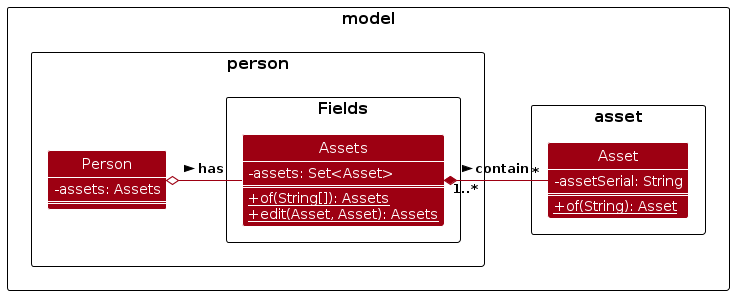
Above: diagrams/AssetClassDiagram.png in AY2324S2-CS2103T-W12-3/tp (PlantUML), before the change. Its source is kept beside it as diagrams/AssetClassDiagram.puml. Source of this version:
```plantuml
@startuml
!include style.puml
skinparam arrowThickness 1.1
skinparam arrowColor MODEL_COLOR
skinparam classBackgroundColor MODEL_COLOR
skinparam DefaultTextAlignment left
skinparam classAttributeFontColor white
skinparam classAttributeIconSize 0

show members

package model {

package asset {

class Asset {
    -assetSerial: String
    ==
    +{static} of(String): Asset
}

}

package person {

class Person {
    -assets: Assets
    ==
}

package Fields {

class Assets {
    -assets: Set<Asset>
    ==
    +{static} of(String[]): Assets
    +{static} edit(Asset, Asset): Assets
}

}

}

}

Assets "1..*" *-left- "*" Asset : > contain

Person o-right- Assets : > has

@enduml
```
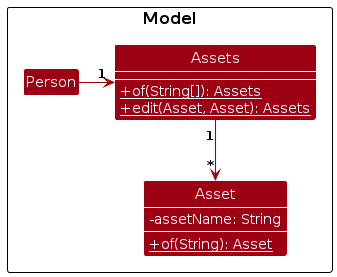
After the change.

Change to the diagram source:
```diff
@@ -9,42 +9,26 @@
 
 show members
 
-package model {
-
-package asset {
-
+package Model {
 class Asset {
-    -assetSerial: String
-    ==
+    -assetName: String
+    --
     +{static} of(String): Asset
 }
 
-}
-
-package person {
-
-class Person {
-    -assets: Assets
-    ==
-}
-
-package Fields {
+hide empty attributes
+hide empty methods
+class Person
 
 class Assets {
-    -assets: Set<Asset>
-    ==
+    --
     +{static} of(String[]): Assets
     +{static} edit(Asset, Asset): Assets
 }
-
 }
 
-}
+Assets "1" -down-> "*" Asset
 
-}
-
-Assets "1..*" *-left- "*" Asset : > contain
-
-Person o-right- Assets : > has
+Person -right->"1" Assets
 
 @enduml
```
